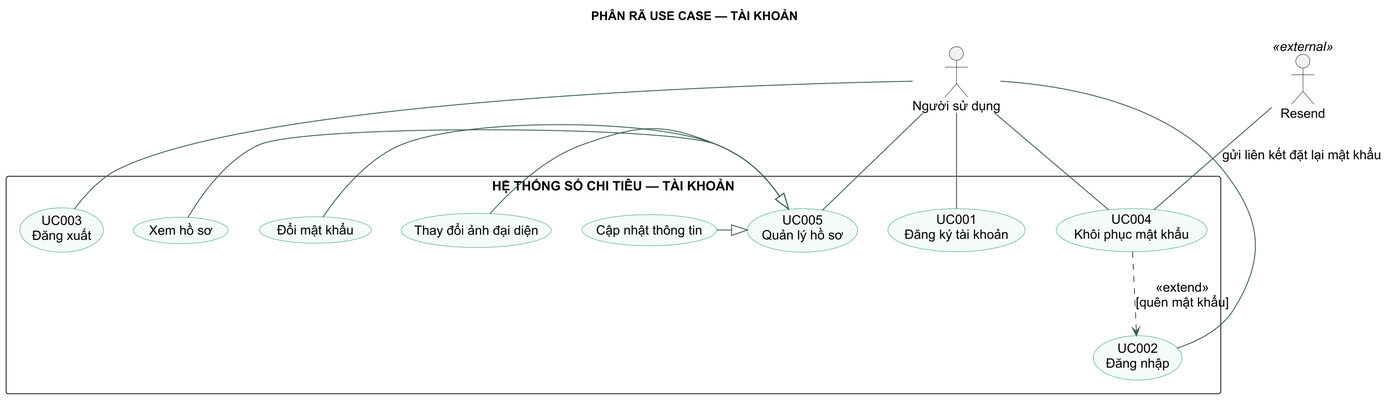
daominhtam2k6/Expense-Management-Ai-Integration keeps this PlantUML diagram as docs/diagrams/uml/srs-use-cases/use-case-decomposition-account.png. Above is the earlier version. Source of this version:
```plantuml
@startuml
title PHÂN RÃ USE CASE — TÀI KHOẢN
scale 0.65
top to bottom direction
skinparam backgroundColor white
skinparam defaultFontName Arial
skinparam defaultFontSize 15
skinparam dpi 300
skinparam shadowing false
skinparam packageStyle rectangle
skinparam usecase {
  BackgroundColor #F4FBF8
  BorderColor #299D78
  ArrowColor #345B52
}

actor "Người sử dụng" as User
actor "Resend" as Resend <<external>>

rectangle "HỆ THỐNG SỔ CHI TIÊU — TÀI KHOẢN" {
  usecase "UC001\nĐăng ký tài khoản" as UC001
  usecase "UC002\nĐăng nhập" as UC002
  usecase "UC003\nĐăng xuất" as UC003
  usecase "UC004\nKhôi phục mật khẩu" as UC004
  usecase "UC005\nQuản lý hồ sơ" as UC005
  usecase "Xem hồ sơ" as UC005a
  usecase "Cập nhật thông tin" as UC005b
  usecase "Thay đổi ảnh đại diện" as UC005c
  usecase "Đổi mật khẩu" as UC005d
  UC004 ..> UC002 : <<extend>>\n[quên mật khẩu]
  UC005a -|> UC005
  UC005b -|> UC005
  UC005c -|> UC005
  UC005d -|> UC005
}

User -- UC001
User -- UC002
User -- UC003
User -- UC004
User -- UC005
Resend -- UC004 : gửi liên kết đặt lại mật khẩu
@enduml
```
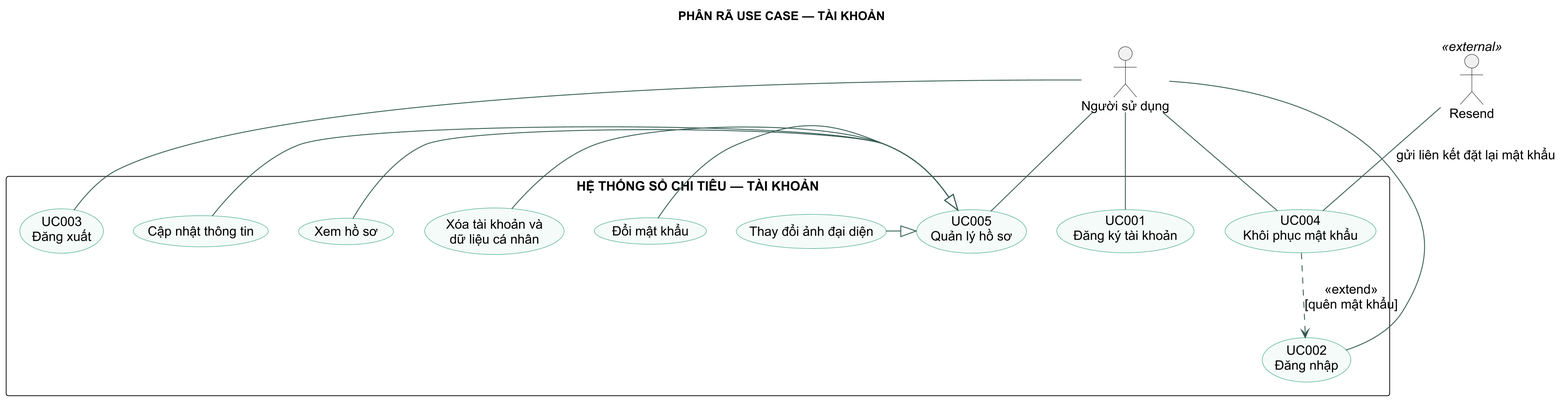
The same diagram one commit later.

What changed in the source:
```diff
@@ -27,11 +27,13 @@
   usecase "Cập nhật thông tin" as UC005b
   usecase "Thay đổi ảnh đại diện" as UC005c
   usecase "Đổi mật khẩu" as UC005d
+  usecase "Xóa tài khoản và\ndữ liệu cá nhân" as UC005e
   UC004 ..> UC002 : <<extend>>\n[quên mật khẩu]
   UC005a -|> UC005
   UC005b -|> UC005
   UC005c -|> UC005
   UC005d -|> UC005
+  UC005e -|> UC005
 }
 
 User -- UC001
```
